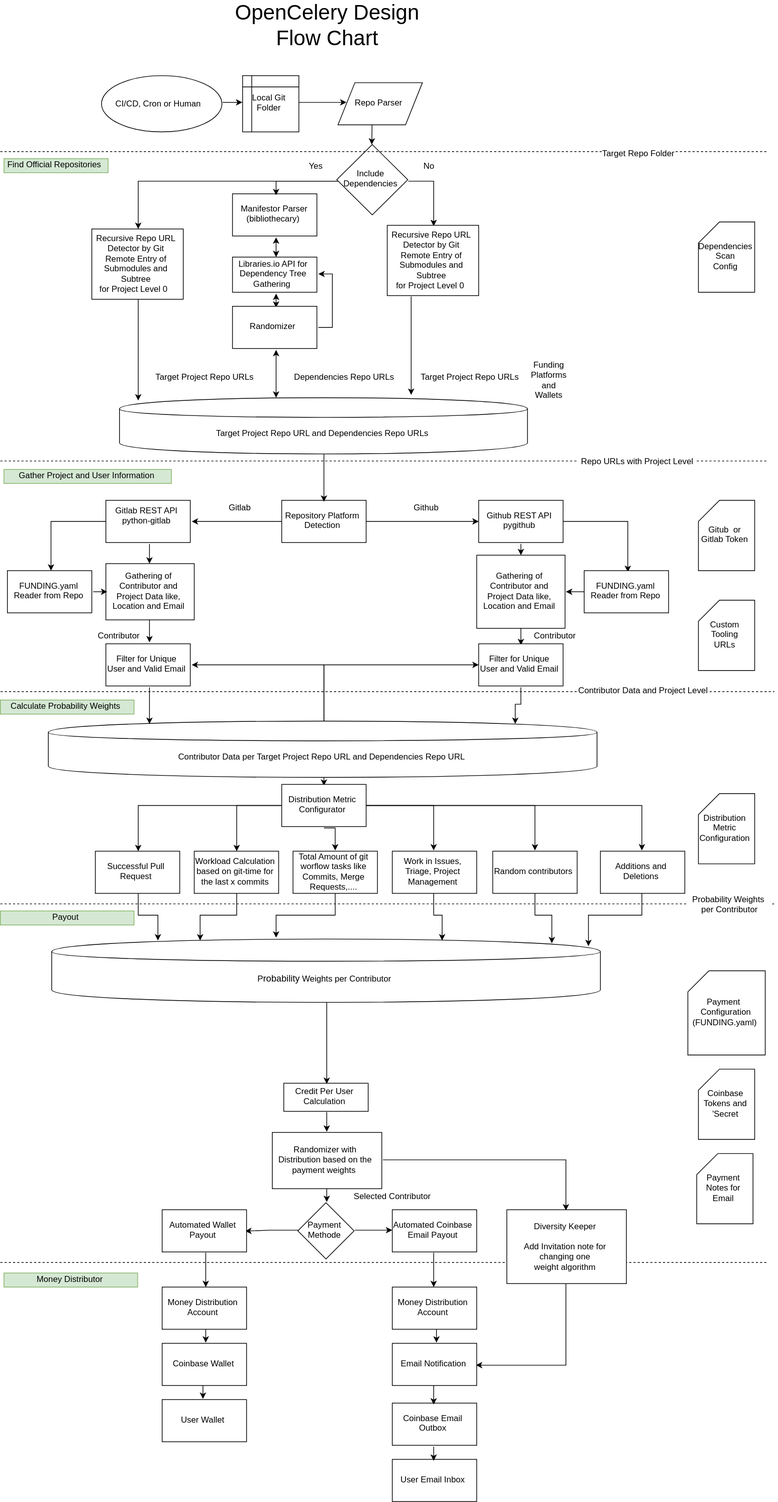
Above: docs/design/opencelery.svg in protontypes/LibreSelery (draw.io), before the change. Source tidied: cells renumbered, new cells last; positions are measured from the earlier drawing's top-left corner, leaving out a move shared by most shapes.
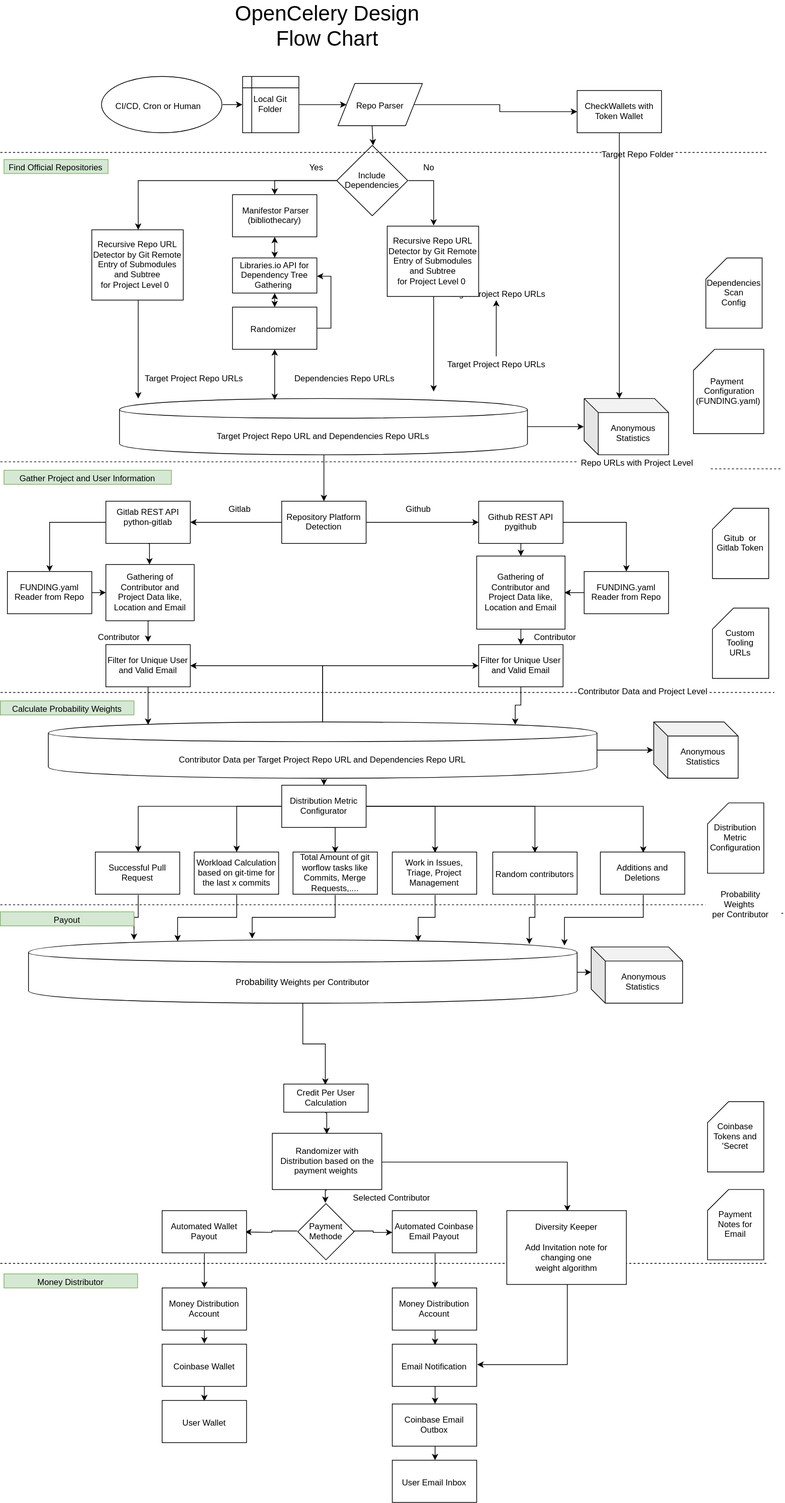
After the commit.

Commit message:
added wallet check

What changed in the source:
```diff
@@ -11,9 +11,11 @@
     <mxCell id="4" value="CI/CD,&amp;nbsp;Cron or Human" style="text;html=1;" parent="1" vertex="1">
       <mxGeometry x="162.2" y="118.5" width="127.8" height="27" as="geometry" />
     </mxCell>
-    <mxCell id="5" style="edgeStyle=orthogonalEdgeStyle;rounded=0;jettySize=auto;html=1;exitX=0.5;exitY=1;exitDx=0;exitDy=0;entryX=0.043;entryY=0.046;entryDx=0;entryDy=0;entryPerimeter=0;" parent="1" edge="1" source="6" target="56">
-      <mxGeometry relative="1" as="geometry" />
-    </mxCell>
+    <mxCell id="133" style="edgeStyle=orthogonalEdgeStyle;rounded=0;jettySize=auto;html=1;exitX=0.5;exitY=1;exitDx=0;exitDy=0;" parent="1" edge="1" source="6">
+      <mxGeometry relative="1" as="geometry">
+        <mxPoint x="196" y="550" as="targetPoint" />
+      </mxGeometry>
+    </mxCell>
     <mxCell id="6" value="Recursive Repo URL Detector by Git Remote Entry of Submodules and Subtree&lt;br&gt;for Project Level 0&amp;nbsp;&amp;nbsp;" style="rounded=0;whiteSpace=wrap;html=1;" parent="1" vertex="1">
       <mxGeometry x="130" y="310" width="130" height="100" as="geometry" />
     </mxCell>
@@ -26,9 +28,15 @@
     <mxCell id="9" value="Dependencies Repo URLs" style="text;html=1;align=center;verticalAlign=middle;direction=south;" parent="1" vertex="1">
       <mxGeometry x="409.4" y="510" width="160" height="20" as="geometry" />
     </mxCell>
+    <mxCell id="134" style="edgeStyle=orthogonalEdgeStyle;rounded=0;jettySize=auto;html=1;" parent="1" edge="1" source="10" target="135">
+      <mxGeometry relative="1" as="geometry" />
+    </mxCell>
     <mxCell id="10" value="Target Project Repo URLs" style="text;html=1;align=center;verticalAlign=middle;points=[];" parent="1" vertex="1">
-      <mxGeometry x="592.2" y="510" width="150" height="20" as="geometry" />
+      <mxGeometry x="630" y="490" width="150" height="20" as="geometry" />
     </mxCell>
+    <mxCell id="135" value="Target Project Repo URLs" style="text;html=1;align=center;verticalAlign=middle;points=[];" parent="1" vertex="1">
+      <mxGeometry x="630" y="390" width="150" height="20" as="geometry" />
+    </mxCell>
     <mxCell id="11" style="edgeStyle=orthogonalEdgeStyle;rounded=0;jettySize=auto;html=1;exitX=1;exitY=0.5;exitDx=0;exitDy=0;" parent="1" edge="1" source="13" target="16">
       <mxGeometry relative="1" as="geometry" />
     </mxCell>
@@ -74,7 +82,7 @@
       <mxGeometry x="315" y="696" width="50" height="20" as="geometry" />
     </mxCell>
     <mxCell id="25" value="Github" style="text;html=1;align=center;verticalAlign=middle;" parent="1" vertex="1">
-      <mxGeometry x="580" y="696" width="50" height="20" as="geometry" />
+      <mxGeometry x="569.4" y="696" width="50" height="20" as="geometry" />
     </mxCell>
     <mxCell id="26" style="edgeStyle=orthogonalEdgeStyle;rounded=0;jettySize=auto;html=1;exitX=0.5;exitY=0;exitDx=0;exitDy=0;entryX=1;entryY=0.5;entryDx=0;entryDy=0;" parent="1" edge="1" source="29" target="33">
       <mxGeometry relative="1" as="geometry" />
@@ -92,7 +100,7 @@
       <mxGeometry x="130" y="878" width="80" height="20" as="geometry" />
     </mxCell>
     <mxCell id="31" value="Gitub&amp;nbsp; or Gitlab Token" style="shape=card;whiteSpace=wrap;html=1;" parent="1" vertex="1">
-      <mxGeometry x="992.3" y="696" width="80" height="100" as="geometry" />
+      <mxGeometry x="1012.3" y="706" width="80" height="100" as="geometry" />
     </mxCell>
     <mxCell id="32" style="edgeStyle=orthogonalEdgeStyle;rounded=0;jettySize=auto;html=1;exitX=0.5;exitY=1;exitDx=0;exitDy=0;entryX=0.182;entryY=0.06;entryDx=0;entryDy=0;entryPerimeter=0;" parent="1" edge="1" source="33" target="29">
       <mxGeometry relative="1" as="geometry" />
@@ -107,16 +115,13 @@
       <mxGeometry x="680" y="900" width="120" height="60" as="geometry" />
     </mxCell>
     <mxCell id="36" value="Distribution Metric Configuration" style="shape=card;whiteSpace=wrap;html=1;" parent="1" vertex="1">
-      <mxGeometry x="992.3" y="1113" width="80" height="100" as="geometry" />
+      <mxGeometry x="1005.3" y="1125.1" width="80" height="100" as="geometry" />
     </mxCell>
-    <mxCell id="37" value="Payment&amp;nbsp;&lt;br&gt;&amp;nbsp;Configuration&lt;br&gt;(FUNDING.yaml)" style="shape=card;whiteSpace=wrap;html=1;" parent="1" vertex="1">
-      <mxGeometry x="977.3" y="1365" width="110" height="119.9" as="geometry" />
-    </mxCell>
     <mxCell id="38" value="&lt;font style=&quot;font-size: 30px&quot;&gt;OpenCelery Design&lt;br&gt;Flow Chart&lt;/font&gt;" style="text;html=1;strokeColor=none;fillColor=none;align=center;verticalAlign=middle;whiteSpace=wrap;rounded=0;direction=south;" parent="1" vertex="1">
       <mxGeometry x="120" width="690" height="40" as="geometry" />
     </mxCell>
     <mxCell id="39" value="Payment Notes for Email" style="shape=card;whiteSpace=wrap;html=1;" parent="1" vertex="1">
-      <mxGeometry x="990" y="1625" width="80" height="100" as="geometry" />
+      <mxGeometry x="1005.3" y="1675" width="80" height="100" as="geometry" />
     </mxCell>
     <mxCell id="40" style="edgeStyle=orthogonalEdgeStyle;rounded=0;jettySize=auto;html=1;exitX=0.5;exitY=1;exitDx=0;exitDy=0;entryX=0.5;entryY=0;entryDx=0;entryDy=0;" parent="1" edge="1" source="42" target="78">
       <mxGeometry relative="1" as="geometry" />
@@ -139,6 +144,9 @@
         <mxPoint x="529.3" y="189.5" as="targetPoint" />
       </mxGeometry>
     </mxCell>
+    <mxCell id="136" style="edgeStyle=orthogonalEdgeStyle;rounded=0;jettySize=auto;html=1;exitX=1;exitY=0.5;exitDx=0;exitDy=0;entryX=0;entryY=0.5;entryDx=0;entryDy=0;" parent="1" edge="1" source="46" target="145">
+      <mxGeometry relative="1" as="geometry" />
+    </mxCell>
     <mxCell id="46" value="Repo Parser" style="shape=parallelogram;perimeter=parallelogramPerimeter;whiteSpace=wrap;html=1;" parent="1" vertex="1">
       <mxGeometry x="480" y="102" width="120" height="60" as="geometry" />
     </mxCell>
@@ -151,14 +159,16 @@
     <mxCell id="49" value="Include Dependencies" style="rhombus;whiteSpace=wrap;html=1;" parent="1" vertex="1">
       <mxGeometry x="478.2" y="190" width="101" height="100" as="geometry" />
     </mxCell>
-    <mxCell id="50" style="edgeStyle=orthogonalEdgeStyle;rounded=0;jettySize=auto;html=1;exitX=0.25;exitY=1;exitDx=0;exitDy=0;entryX=0.716;entryY=-0.032;entryDx=0;entryDy=0;entryPerimeter=0;" parent="1" edge="1" source="51" target="56">
-      <mxGeometry relative="1" as="geometry" />
-    </mxCell>
+    <mxCell id="137" style="edgeStyle=orthogonalEdgeStyle;rounded=0;jettySize=auto;html=1;exitX=0.5;exitY=1;exitDx=0;exitDy=0;" parent="1" edge="1" source="51">
+      <mxGeometry relative="1" as="geometry">
+        <mxPoint x="616" y="540" as="targetPoint" />
+      </mxGeometry>
+    </mxCell>
     <mxCell id="51" value="Recursive Repo URL Detector by Git Remote Entry of Submodules and Subtree&lt;br&gt;for Project Level 0&amp;nbsp;" style="rounded=0;whiteSpace=wrap;html=1;" parent="1" vertex="1">
       <mxGeometry x="550" y="304.8" width="130" height="100" as="geometry" />
     </mxCell>
     <mxCell id="52" value="Target Project Repo URLs" style="text;html=1;align=center;verticalAlign=middle;direction=south;" parent="1" vertex="1">
-      <mxGeometry x="215" y="510" width="150" height="20" as="geometry" />
+      <mxGeometry x="200" y="510" width="150" height="20" as="geometry" />
     </mxCell>
     <mxCell id="53" value="Yes" style="text;html=1;align=center;verticalAlign=middle;" parent="1" vertex="1">
       <mxGeometry x="434.4" y="210" width="30" height="20" as="geometry" />
@@ -169,6 +179,11 @@
     <mxCell id="55" style="edgeStyle=orthogonalEdgeStyle;rounded=0;jettySize=auto;html=1;exitX=0.5;exitY=1;exitDx=0;exitDy=0;entryX=0.5;entryY=0;entryDx=0;entryDy=0;" parent="1" edge="1" source="56" target="13">
       <mxGeometry relative="1" as="geometry" />
     </mxCell>
+    <mxCell id="138" style="edgeStyle=orthogonalEdgeStyle;rounded=0;jettySize=auto;html=1;" parent="1" edge="1" source="56">
+      <mxGeometry relative="1" as="geometry">
+        <mxPoint x="829.4" y="590" as="targetPoint" />
+      </mxGeometry>
+    </mxCell>
     <mxCell id="56" value="Target Project Repo URL and Dependencies Repo URLs" style="shape=cylinder;whiteSpace=wrap;html=1;boundedLbl=1;backgroundOutline=1;" parent="1" vertex="1">
       <mxGeometry x="169.4" y="550" width="580" height="80" as="geometry" />
     </mxCell>
@@ -223,11 +238,16 @@
     <mxCell id="73" style="edgeStyle=orthogonalEdgeStyle;rounded=0;jettySize=auto;html=1;exitX=0.5;exitY=1;exitDx=0;exitDy=0;entryX=0.5;entryY=0;entryDx=0;entryDy=0;" parent="1" edge="1" source="74" target="99">
       <mxGeometry relative="1" as="geometry" />
     </mxCell>
+    <mxCell id="139" style="edgeStyle=orthogonalEdgeStyle;rounded=0;jettySize=auto;html=1;exitX=1;exitY=0.5;exitDx=0;exitDy=0;" parent="1" edge="1" source="74">
+      <mxGeometry relative="1" as="geometry">
+        <mxPoint x="840" y="1365.3" as="targetPoint" />
+      </mxGeometry>
+    </mxCell>
     <mxCell id="74" value="P&lt;a href=&quot;https://www.dict.cc/englisch-deutsch/probability.html&quot; style=&quot;color: black ; font-family: &amp;#34;arial&amp;#34; , &amp;#34;helvetica&amp;#34; , sans-serif ; font-size: 13px&quot;&gt;robability&lt;/a&gt;&amp;nbsp;Weights&amp;nbsp;per Contributor" style="shape=cylinder;whiteSpace=wrap;html=1;boundedLbl=1;backgroundOutline=1;" parent="1" vertex="1">
-      <mxGeometry x="73" y="1320" width="780" height="90" as="geometry" />
+      <mxGeometry x="40" y="1320" width="780" height="90" as="geometry" />
     </mxCell>
     <mxCell id="75" value="&lt;span style=&quot;text-align: left ; white-space: nowrap&quot;&gt;Coinbase &lt;br&gt;Tokens and &lt;br&gt;'Secret&lt;/span&gt;" style="shape=card;whiteSpace=wrap;html=1;" parent="1" vertex="1">
-      <mxGeometry x="992.3" y="1505" width="80" height="100" as="geometry" />
+      <mxGeometry x="1005.3" y="1550" width="80" height="100" as="geometry" />
     </mxCell>
     <mxCell id="76" style="edgeStyle=orthogonalEdgeStyle;rounded=0;jettySize=auto;html=1;exitX=0;exitY=0.5;exitDx=0;exitDy=0;entryX=1;entryY=0.5;entryDx=0;entryDy=0;" parent="1" edge="1" source="78">
       <mxGeometry relative="1" as="geometry">
@@ -260,9 +280,6 @@
     <mxCell id="84" value="Automated Wallet Payout" style="rounded=0;whiteSpace=wrap;html=1;" parent="1" vertex="1">
       <mxGeometry x="230" y="1705" width="120" height="60" as="geometry" />
     </mxCell>
-    <mxCell id="85" value="Funding Platforms and Wallets" style="text;html=1;strokeColor=none;fillColor=none;align=center;verticalAlign=middle;whiteSpace=wrap;rounded=0;" parent="1" vertex="1">
-      <mxGeometry x="760" y="514.2" width="40" height="20" as="geometry" />
-    </mxCell>
     <mxCell id="86" style="edgeStyle=orthogonalEdgeStyle;rounded=0;jettySize=auto;html=1;exitX=0.5;exitY=1;exitDx=0;exitDy=0;entryX=0.914;entryY=0.072;entryDx=0;entryDy=0;entryPerimeter=0;" parent="1" edge="1" source="87" target="74">
       <mxGeometry relative="1" as="geometry" />
     </mxCell>
@@ -290,16 +307,17 @@
     <mxCell id="94" value="Successful Pull Request" style="rounded=0;whiteSpace=wrap;html=1;" parent="1" vertex="1">
       <mxGeometry x="135" y="1195" width="120" height="60" as="geometry" />
     </mxCell>
-    <mxCell id="95" style="endArrow=none;dashed=1;html=1;" parent="1" edge="1" source="112">
+    <mxCell id="95" style="endArrow=none;dashed=1;html=1;" parent="1" edge="1">
       <mxGeometry relative="1" as="geometry">
-        <mxPoint x="1100" y="1270" as="targetPoint" />
+        <mxPoint x="1110.3" y="1282.1" as="sourcePoint" />
+        <mxPoint x="1113" y="1282.1" as="targetPoint" />
       </mxGeometry>
     </mxCell>
     <mxCell id="96" value="Dependencies&lt;br&gt;Scan&lt;br&gt;Config" style="shape=card;whiteSpace=wrap;html=1;" parent="1" vertex="1">
-      <mxGeometry x="992.3" y="300" width="80" height="100" as="geometry" />
+      <mxGeometry x="1003" y="350" width="80" height="100" as="geometry" />
     </mxCell>
     <mxCell id="97" value="Custom&lt;br&gt;Tooling&lt;br&gt;URLs" style="shape=card;whiteSpace=wrap;html=1;" parent="1" vertex="1">
-      <mxGeometry x="992.3" y="838" width="80" height="100" as="geometry" />
+      <mxGeometry x="1012.3" y="848" width="80" height="100" as="geometry" />
     </mxCell>
     <mxCell id="98" style="edgeStyle=orthogonalEdgeStyle;rounded=0;jettySize=auto;html=1;exitX=0.5;exitY=1;exitDx=0;exitDy=0;entryX=0.5;entryY=0;entryDx=0;entryDy=0;" parent="1" edge="1" source="99" target="42">
       <mxGeometry relative="1" as="geometry" />
@@ -307,9 +325,10 @@
     <mxCell id="99" value="Credit Per User Calculation" style="rounded=0;whiteSpace=wrap;html=1;" parent="1" vertex="1">
       <mxGeometry x="402.9" y="1525" width="120" height="40" as="geometry" />
     </mxCell>
-    <mxCell id="100" style="endArrow=none;dashed=1;html=1;" parent="1" edge="1" source="114">
+    <mxCell id="100" style="endArrow=none;dashed=1;html=1;" parent="1" edge="1">
       <mxGeometry relative="1" as="geometry">
-        <mxPoint x="1090" y="640" as="targetPoint" />
+        <mxPoint x="1010" y="650" as="sourcePoint" />
+        <mxPoint x="1110" y="650" as="targetPoint" />
       </mxGeometry>
     </mxCell>
     <mxCell id="101" style="endArrow=none;dashed=1;html=1;" parent="1" edge="1">
@@ -353,8 +372,8 @@
     <mxCell id="111" value="Calculate Probability Weights" style="text;html=1;strokeColor=#82b366;fillColor=#d5e8d4;align=center;verticalAlign=middle;whiteSpace=wrap;rounded=0;" parent="1" vertex="1">
       <mxGeometry y="980" width="190" height="20" as="geometry" />
     </mxCell>
-    <mxCell id="112" value="Probability Weights&amp;nbsp;&lt;br&gt;per Contributor" style="text;html=1;align=center;verticalAlign=middle;points=[];" parent="1" vertex="1">
-      <mxGeometry x="977.3" y="1255" width="120" height="30" as="geometry" />
+    <mxCell id="112" value="Probability &lt;br&gt;Weights&amp;nbsp;&lt;br&gt;per Contributor" style="text;html=1;align=center;verticalAlign=middle;points=[];" parent="1" vertex="1">
+      <mxGeometry x="1002.3" y="1245" width="100" height="50" as="geometry" />
     </mxCell>
     <mxCell id="113" style="endArrow=none;dashed=1;html=1;" parent="1" edge="1" target="112">
       <mxGeometry relative="1" as="geometry">
@@ -425,5 +444,29 @@
     <mxCell id="132" value="Email Notification" style="rounded=0;whiteSpace=wrap;html=1;" parent="1" vertex="1">
       <mxGeometry x="557.2" y="1895" width="120" height="60" as="geometry" />
     </mxCell>
+    <mxCell id="140" value="Anonymous Statistics" style="shape=cube;whiteSpace=wrap;html=1;boundedLbl=1;backgroundOutline=1;darkOpacity=0.05;darkOpacity2=0.1;" parent="1" vertex="1">
+      <mxGeometry x="830" y="550" width="120" height="80" as="geometry" />
+    </mxCell>
+    <mxCell id="141" style="edgeStyle=orthogonalEdgeStyle;rounded=0;orthogonalLoop=1;jettySize=auto;html=1;" parent="1" edge="1">
+      <mxGeometry relative="1" as="geometry">
+        <mxPoint x="848.2" y="1050" as="sourcePoint" />
+        <mxPoint x="928.2" y="1050" as="targetPoint" />
+      </mxGeometry>
+    </mxCell>
+    <mxCell id="142" value="Anonymous Statistics" style="shape=cube;whiteSpace=wrap;html=1;boundedLbl=1;backgroundOutline=1;darkOpacity=0.05;darkOpacity2=0.1;" parent="1" vertex="1">
+      <mxGeometry x="928.9" y="1010" width="120" height="80" as="geometry" />
+    </mxCell>
+    <mxCell id="143" value="Anonymous Statistics&amp;nbsp;" style="shape=cube;whiteSpace=wrap;html=1;boundedLbl=1;backgroundOutline=1;darkOpacity=0.05;darkOpacity2=0.1;" parent="1" vertex="1">
+      <mxGeometry x="840" y="1330" width="130" height="80" as="geometry" />
+    </mxCell>
+    <mxCell id="37" value="Payment&amp;nbsp;&lt;br&gt;&amp;nbsp;Configuration&lt;br&gt;(FUNDING.yaml)" style="shape=card;whiteSpace=wrap;html=1;" parent="1" vertex="1">
+      <mxGeometry x="985.3" y="480" width="100" height="119.9" as="geometry" />
+    </mxCell>
+    <mxCell id="144" style="edgeStyle=orthogonalEdgeStyle;rounded=0;jettySize=auto;html=1;exitX=0.5;exitY=1;exitDx=0;exitDy=0;entryX=0;entryY=0;entryDx=50;entryDy=0;entryPerimeter=0;" parent="1" edge="1" source="145" target="140">
+      <mxGeometry relative="1" as="geometry" />
+    </mxCell>
+    <mxCell id="145" value="CheckWallets with Token Wallet" style="rounded=0;whiteSpace=wrap;html=1;" parent="1" vertex="1">
+      <mxGeometry x="820" y="112" width="120" height="60" as="geometry" />
+    </mxCell>
   </root>
 </mxGraphModel>
```
